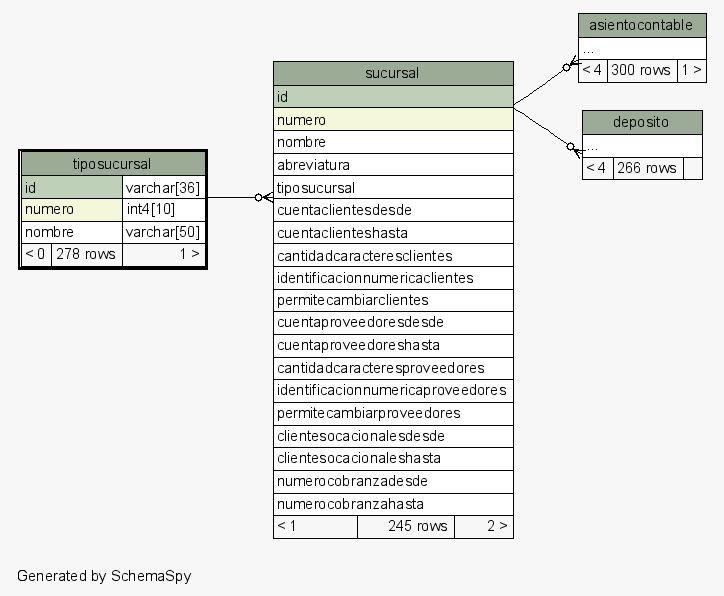
Above: postgresql/schemaSpy/salida/diagrams/tiposucursal.2degrees.png in diegopablomansilla/massoftware_front (Graphviz), before the change. Its source is kept beside it as postgresql/schemaSpy/salida/diagrams/tiposucursal.2degrees.dot. Its diagram source:
```dot
digraph "twoDegreesRelationshipsDiagram" {
  graph [
    rankdir="RL"
    bgcolor="#f7f7f7"
    label="\nGenerated by SchemaSpy"
    labeljust="l"
    nodesep="0.18"
    ranksep="0.46"
    fontname="Helvetica"
    fontsize="11"
  ];
  node [
    fontname="Helvetica"
    fontsize="11"
    shape="plaintext"
  ];
  edge [
    arrowsize="0.8"
  ];
  "asientocontable":"elipses":sw -> "sucursal":"id":se [arrowhead=none dir=back arrowtail=crowodot];
  "deposito":"elipses":sw -> "sucursal":"id":se [arrowhead=none dir=back arrowtail=crowodot];
  "sucursal":"tiposucursal":sw -> "tiposucursal":"id.type":se [arrowhead=none dir=back arrowtail=crowodot];
  "asientocontable" [
    label=<
    <TABLE BORDER="0" CELLBORDER="1" CELLSPACING="0" BGCOLOR="#ffffff">
      <TR><TD COLSPAN="3" BGCOLOR="#9bab96" ALIGN="CENTER">asientocontable</TD></TR>
      <TR><TD PORT="elipses" COLSPAN="3" ALIGN="LEFT">...</TD></TR>
      <TR><TD ALIGN="LEFT" BGCOLOR="#f7f7f7">&lt; 4</TD><TD ALIGN="RIGHT" BGCOLOR="#f7f7f7">300 rows</TD><TD ALIGN="RIGHT" BGCOLOR="#f7f7f7">1 &gt;</TD></TR>
    </TABLE>>
    URL="asientocontable.html"
    tooltip="asientocontable"
  ];
  "deposito" [
    label=<
    <TABLE BORDER="0" CELLBORDER="1" CELLSPACING="0" BGCOLOR="#ffffff">
      <TR><TD COLSPAN="3" BGCOLOR="#9bab96" ALIGN="CENTER">deposito</TD></TR>
      <TR><TD PORT="elipses" COLSPAN="3" ALIGN="LEFT">...</TD></TR>
      <TR><TD ALIGN="LEFT" BGCOLOR="#f7f7f7">&lt; 4</TD><TD ALIGN="RIGHT" BGCOLOR="#f7f7f7">266 rows</TD><TD ALIGN="RIGHT" BGCOLOR="#f7f7f7">  </TD></TR>
    </TABLE>>
    URL="deposito.html"
    tooltip="deposito"
  ];
  "sucursal" [
    label=<
    <TABLE BORDER="0" CELLBORDER="1" CELLSPACING="0" BGCOLOR="#ffffff">
      <TR><TD COLSPAN="3" BGCOLOR="#9bab96" ALIGN="CENTER">sucursal</TD></TR>
      <TR><TD PORT="id" COLSPAN="3" BGCOLOR="#bed1b8" ALIGN="LEFT">id</TD></TR>
      <TR><TD PORT="numero" COLSPAN="3" BGCOLOR="#f4f7da" ALIGN="LEFT">numero</TD></TR>
      <TR><TD PORT="nombre" COLSPAN="3" ALIGN="LEFT">nombre</TD></TR>
      <TR><TD PORT="abreviatura" COLSPAN="3" ALIGN="LEFT">abreviatura</TD></TR>
      <TR><TD PORT="tiposucursal" COLSPAN="3" ALIGN="LEFT">tiposucursal</TD></TR>
      <TR><TD PORT="cuentaclientesdesde" COLSPAN="3" ALIGN="LEFT">cuentaclientesdesde</TD></TR>
      <TR><TD PORT="cuentaclienteshasta" COLSPAN="3" ALIGN="LEFT">cuentaclienteshasta</TD></TR>
      <TR><TD PORT="cantidadcaracteresclientes" COLSPAN="3" ALIGN="LEFT">cantidadcaracteresclientes</TD></TR>
      <TR><TD PORT="identificacionnumericaclientes" COLSPAN="3" ALIGN="LEFT">identificacionnumericaclientes</TD></TR>
      <TR><TD PORT="permitecambiarclientes" COLSPAN="3" ALIGN="LEFT">permitecambiarclientes</TD></TR>
      <TR><TD PORT="cuentaproveedoresdesde" COLSPAN="3" ALIGN="LEFT">cuentaproveedoresdesde</TD></TR>
      <TR><TD PORT="cuentaproveedoreshasta" COLSPAN="3" ALIGN="LEFT">cuentaproveedoreshasta</TD></TR>
      <TR><TD PORT="cantidadcaracteresproveedores" COLSPAN="3" ALIGN="LEFT">cantidadcaracteresproveedores</TD></TR>
      <TR><TD PORT="identificacionnumericaproveedores" COLSPAN="3" ALIGN="LEFT">identificacionnumericaproveedores</TD></TR>
      <TR><TD PORT="permitecambiarproveedores" COLSPAN="3" ALIGN="LEFT">permitecambiarproveedores</TD></TR>
      <TR><TD PORT="clientesocacionalesdesde" COLSPAN="3" ALIGN="LEFT">clientesocacionalesdesde</TD></TR>
      <TR><TD PORT="clientesocacionaleshasta" COLSPAN="3" ALIGN="LEFT">clientesocacionaleshasta</TD></TR>
      <TR><TD PORT="numerocobranzadesde" COLSPAN="3" ALIGN="LEFT">numerocobranzadesde</TD></TR>
      <TR><TD PORT="numerocobranzahasta" COLSPAN="3" ALIGN="LEFT">numerocobranzahasta</TD></TR>
      <TR><TD ALIGN="LEFT" BGCOLOR="#f7f7f7">&lt; 1</TD><TD ALIGN="RIGHT" BGCOLOR="#f7f7f7">245 rows</TD><TD ALIGN="RIGHT" BGCOLOR="#f7f7f7">2 &gt;</TD></TR>
    </TABLE>>
    URL="sucursal.html"
    tooltip="sucursal"
  ];
  "tiposucursal" [
    label=<
    <TABLE BORDER="2" CELLBORDER="1" CELLSPACING="0" BGCOLOR="#ffffff">
      <TR><TD COLSPAN="3" BGCOLOR="#9bab96" ALIGN="CENTER">tiposucursal</TD></TR>
      <TR><TD PORT="id" COLSPAN="2" BGCOLOR="#bed1b8" ALIGN="LEFT">id</TD><TD PORT="id.type" ALIGN="LEFT">varchar[36]</TD></TR>
      <TR><TD PORT="numero" COLSPAN="2" BGCOLOR="#f4f7da" ALIGN="LEFT">numero</TD><TD PORT="numero.type" ALIGN="LEFT">int4[10]</TD></TR>
      <TR><TD PORT="nombre" COLSPAN="2" ALIGN="LEFT">nombre</TD><TD PORT="nombre.type" ALIGN="LEFT">varchar[50]</TD></TR>
      <TR><TD ALIGN="LEFT" BGCOLOR="#f7f7f7">&lt; 0</TD><TD ALIGN="RIGHT" BGCOLOR="#f7f7f7">278 rows</TD><TD ALIGN="RIGHT" BGCOLOR="#f7f7f7">1 &gt;</TD></TR>
    </TABLE>>
    URL="tiposucursal.html"
    tooltip="tiposucursal"
  ];
}
```
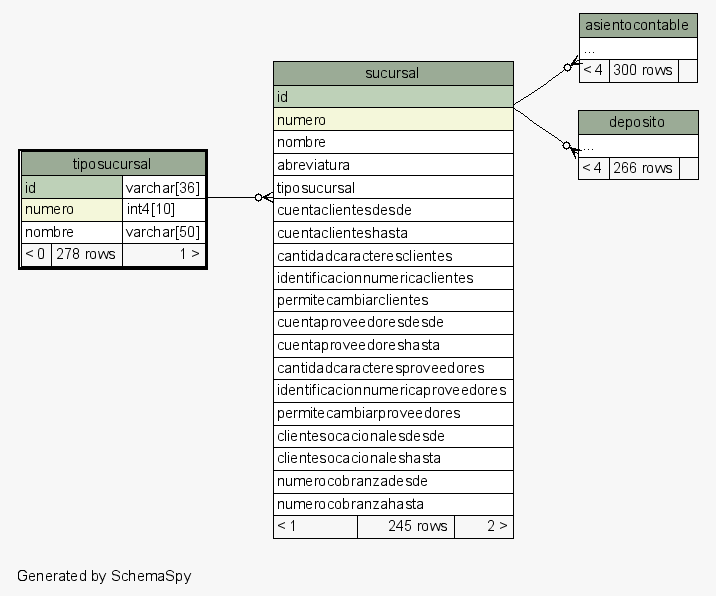
The same file after the commit.

Change to the diagram source:
```diff
@@ -25,7 +25,7 @@
     <TABLE BORDER="0" CELLBORDER="1" CELLSPACING="0" BGCOLOR="#ffffff">
       <TR><TD COLSPAN="3" BGCOLOR="#9bab96" ALIGN="CENTER">asientocontable</TD></TR>
       <TR><TD PORT="elipses" COLSPAN="3" ALIGN="LEFT">...</TD></TR>
-      <TR><TD ALIGN="LEFT" BGCOLOR="#f7f7f7">&lt; 4</TD><TD ALIGN="RIGHT" BGCOLOR="#f7f7f7">300 rows</TD><TD ALIGN="RIGHT" BGCOLOR="#f7f7f7">1 &gt;</TD></TR>
+      <TR><TD ALIGN="LEFT" BGCOLOR="#f7f7f7">&lt; 4</TD><TD ALIGN="RIGHT" BGCOLOR="#f7f7f7">300 rows</TD><TD ALIGN="RIGHT" BGCOLOR="#f7f7f7">  </TD></TR>
     </TABLE>>
     URL="asientocontable.html"
     tooltip="asientocontable"
```
